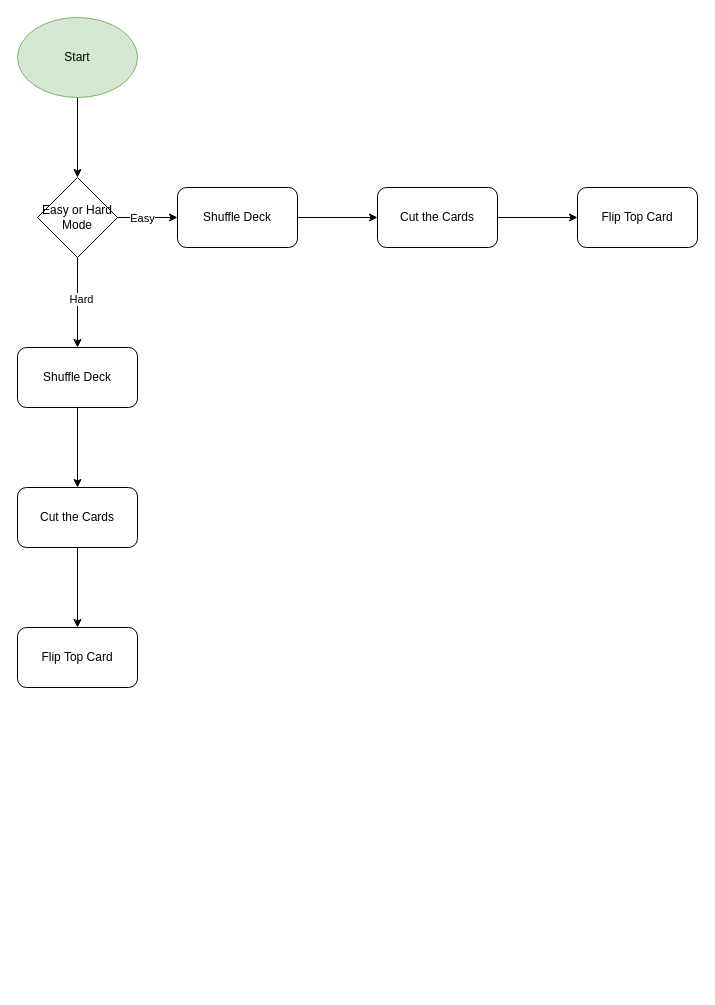
matkiai/me_and_myself keeps this draw.io diagram as Card Game 2 Process Diagram.drawio. Above is the earlier version. Source tidied: cells renumbered, new cells numbered last; positions are measured from the earlier drawing's top-left corner, leaving out a move shared by most shapes. Both pictures are drawn from the tidied source at 100%, with x=0, y=0 at pixel (17, 17).
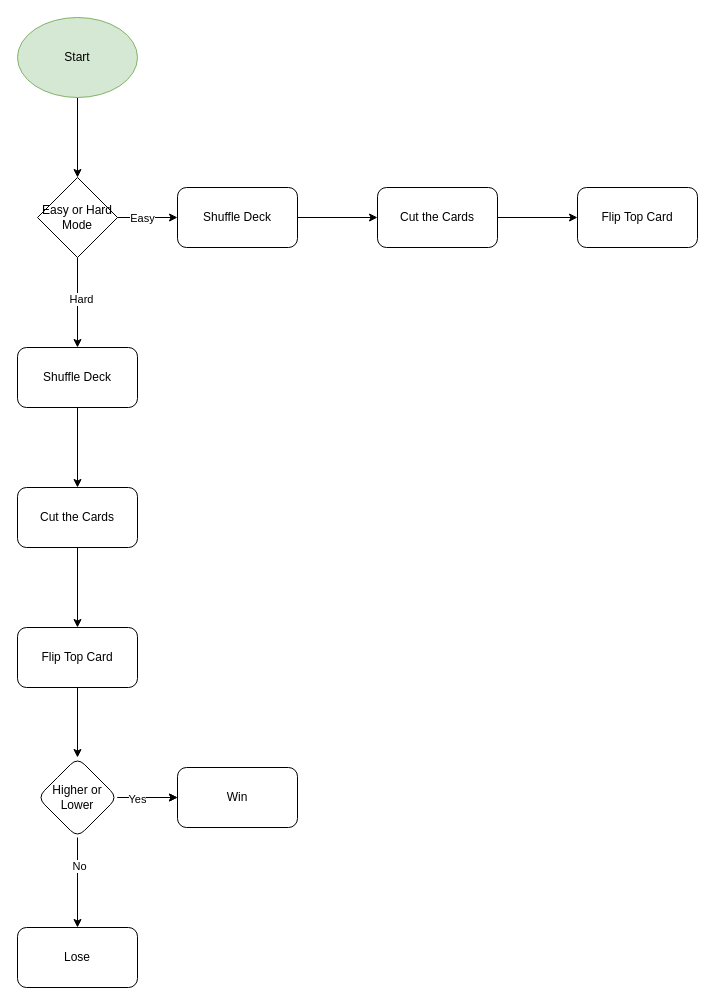
The same page after the edit.

The change refers to these unchanged cells:
```xml
<mxCell id="18" value="Flip Top Card" style="rounded=1;whiteSpace=wrap;html=1;" parent="1" vertex="1">
  <mxGeometry y="610" width="120" height="60" as="geometry" />
</mxCell>
```

Change to the diagram source:
```diff
@@
+    <mxCell id="19" style="edgeStyle=orthogonalEdgeStyle;rounded=0;jettySize=auto;html=1;" parent="1" edge="1" source="18" target="25">
+      <mxGeometry relative="1" as="geometry" />
+    </mxCell>
@@
+    <mxCell id="20" style="edgeStyle=orthogonalEdgeStyle;rounded=0;jettySize=auto;html=1;" parent="1" edge="1" source="25" target="26">
+      <mxGeometry relative="1" as="geometry" />
+    </mxCell>
+    <mxCell id="21" style="edgeStyle=orthogonalEdgeStyle;rounded=0;jettySize=auto;html=1;" parent="1" edge="1" source="25" target="27">
+      <mxGeometry relative="1" as="geometry" />
+    </mxCell>
+    <mxCell id="22" value="No" style="edgeLabel;html=1;align=center;verticalAlign=middle;" parent="21" vertex="1">
+      <mxGeometry x="-0.38" y="1" relative="1" as="geometry" />
+    </mxCell>
+    <mxCell id="23" style="edgeStyle=orthogonalEdgeStyle;rounded=0;jettySize=auto;html=1;" parent="1" edge="1" source="25" target="26">
+      <mxGeometry relative="1" as="geometry" />
+    </mxCell>
+    <mxCell id="24" value="Yes" style="edgeLabel;html=1;align=center;verticalAlign=middle;" parent="23" vertex="1">
+      <mxGeometry x="-0.37" y="-1" relative="1" as="geometry" />
+    </mxCell>
+    <mxCell id="25" value="Higher or Lower" style="rhombus;whiteSpace=wrap;html=1;rounded=1;" parent="1" vertex="1">
+      <mxGeometry x="20" y="740" width="80" height="80" as="geometry" />
+    </mxCell>
+    <mxCell id="26" value="Win" style="whiteSpace=wrap;html=1;rounded=1;" parent="1" vertex="1">
+      <mxGeometry x="160" y="750" width="120" height="60" as="geometry" />
+    </mxCell>
+    <mxCell id="27" value="Lose" style="whiteSpace=wrap;html=1;rounded=1;" parent="1" vertex="1">
+      <mxGeometry y="910" width="120" height="60" as="geometry" />
+    </mxCell>
```
